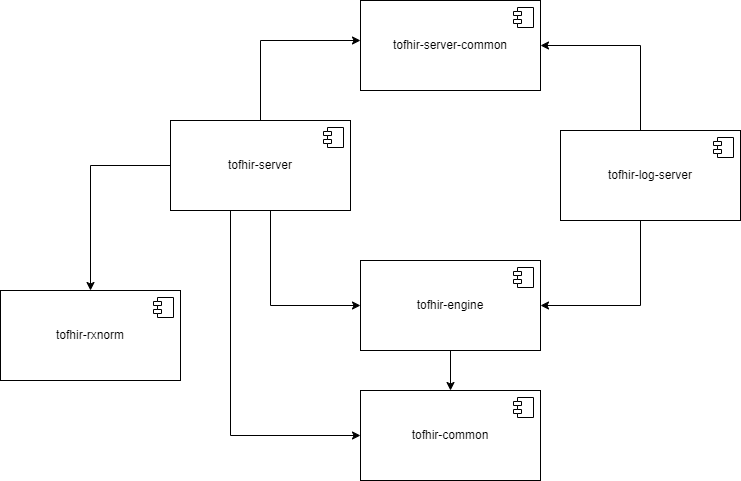
Above: readme-assets/module-component-diagram.png in srdc/tofhir (draw.io), before the change. Source tidied: cells renumbered, new cells last; positions are measured from the earlier drawing's top-left corner, leaving out a move shared by most shapes.
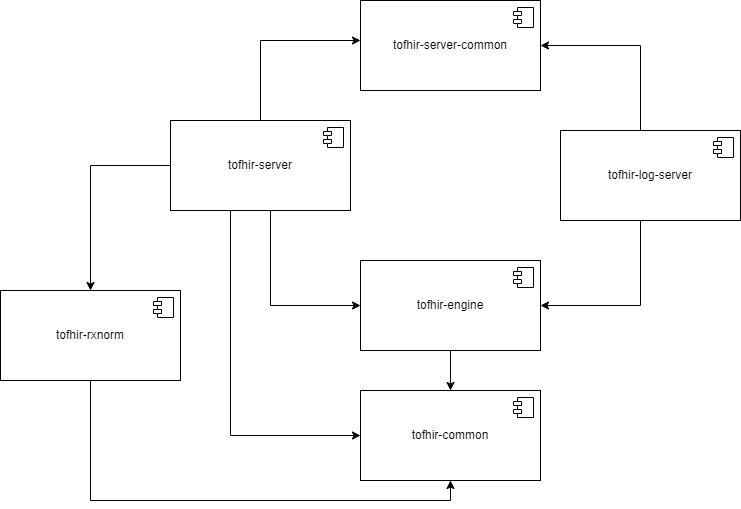
The same file after the commit.

Diff of the diagram source:
```diff
@@ -21,6 +21,14 @@
         <mxPoint x="-27" y="7" as="offset" />
       </mxGeometry>
     </mxCell>
+    <mxCell id="21" style="edgeStyle=orthogonalEdgeStyle;rounded=0;jettySize=auto;html=1;entryX=0.5;entryY=1;entryDx=0;entryDy=0;" parent="1" edge="1" source="7" target="5">
+      <mxGeometry relative="1" as="geometry">
+        <Array as="points">
+          <mxPoint x="90" y="500" />
+          <mxPoint x="450" y="500" />
+        </Array>
+      </mxGeometry>
+    </mxCell>
     <mxCell id="7" value="tofhir-rxnorm" style="html=1;whiteSpace=wrap;" parent="1" vertex="1">
       <mxGeometry y="290" width="180" height="90" as="geometry" />
     </mxCell>
```
